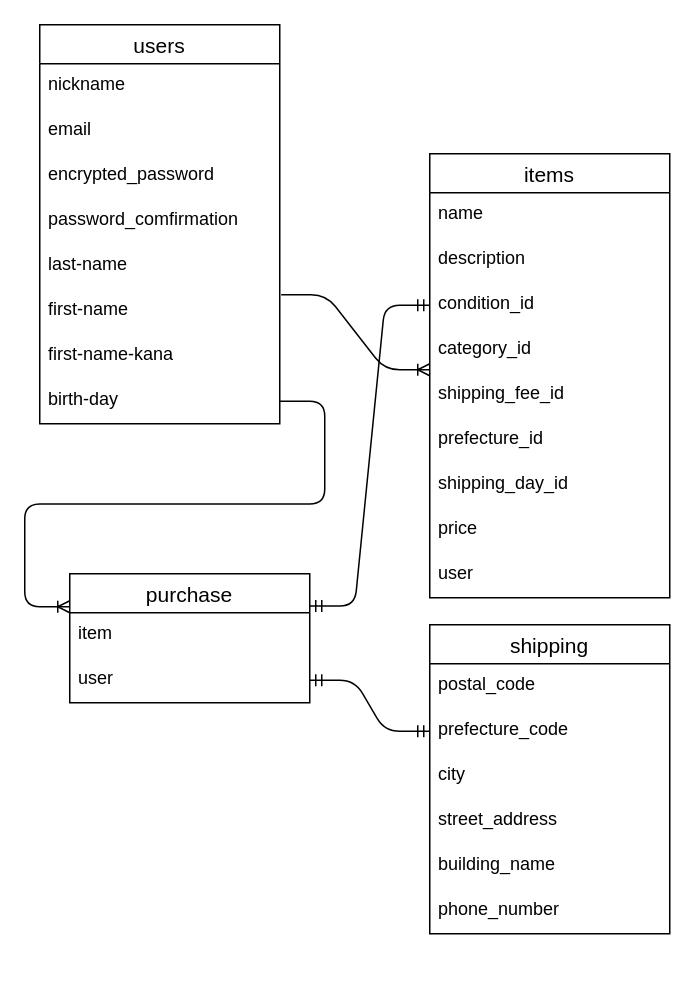
Before: app/views/test.dio in misuzuebihara/furima-41478, a draw.io diagram. Source tidied: cells renumbered, new cells numbered last; positions are measured from the earlier drawing's top-left corner, leaving out a move shared by most shapes. Both pictures are drawn from the tidied source at 150%, with x=0, y=0 at pixel (39, 24).
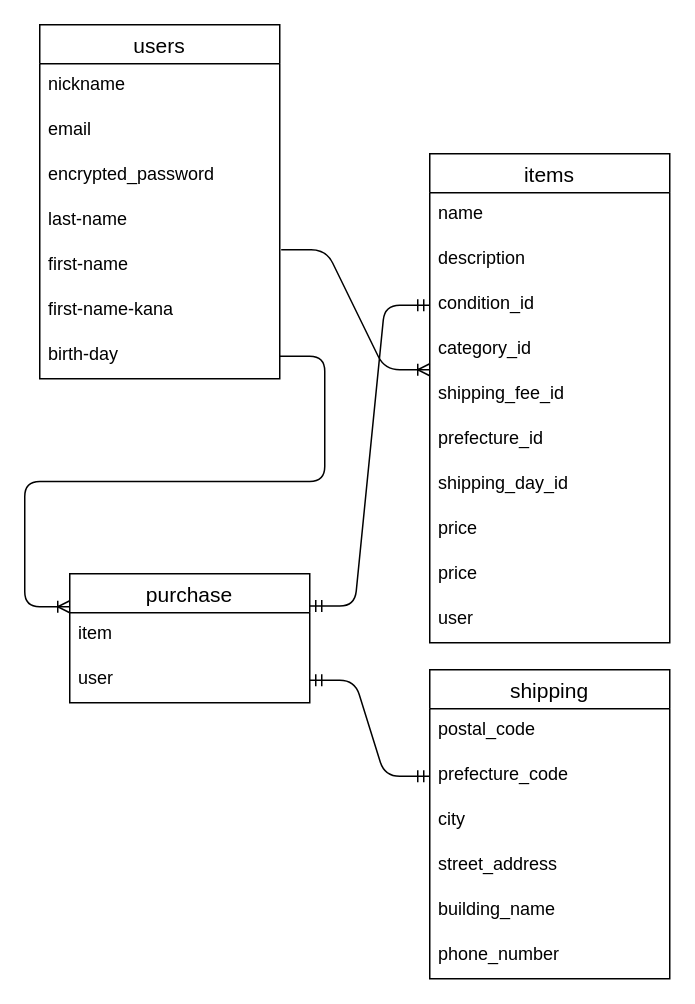
Above is the later version.

Diff of the diagram source:
```diff
@@
     <mxCell id="2" value="users" style="swimlane;fontStyle=0;horizontal=1;startSize=26;align=center;fontSize=14;" parent="1" vertex="1">
-      <mxGeometry width="160" height="266" as="geometry" />
+      <mxGeometry width="160" height="236" as="geometry" />
     </mxCell>
@@
-    <mxCell id="6" value="password_comfirmation" style="text;strokeColor=none;fillColor=none;spacingLeft=4;spacingRight=4;overflow=hidden;fontSize=12;" parent="2" vertex="1">
-      <mxGeometry y="116" width="160" height="30" as="geometry" />
-    </mxCell>
     <mxCell id="7" value="last-name" style="text;strokeColor=none;fillColor=none;spacingLeft=4;spacingRight=4;overflow=hidden;fontSize=12;" parent="2" vertex="1">
-      <mxGeometry y="146" width="160" height="30" as="geometry" />
+      <mxGeometry y="116" width="160" height="30" as="geometry" />
     </mxCell>
     <mxCell id="8" value="first-name" style="text;strokeColor=none;fillColor=none;spacingLeft=4;spacingRight=4;overflow=hidden;points=[[0,0.5],[1,0.5]];portConstraint=eastwest;fontSize=12;" parent="2" vertex="1">
-      <mxGeometry y="176" width="160" height="30" as="geometry" />
+      <mxGeometry y="146" width="160" height="30" as="geometry" />
     </mxCell>
     <mxCell id="9" value="first-name-kana" style="text;strokeColor=none;fillColor=none;spacingLeft=4;spacingRight=4;overflow=hidden;fontSize=12;" parent="2" vertex="1">
-      <mxGeometry y="206" width="160" height="30" as="geometry" />
+      <mxGeometry y="176" width="160" height="30" as="geometry" />
     </mxCell>
     <mxCell id="10" value="birth-day" style="text;strokeColor=none;fillColor=none;spacingLeft=4;spacingRight=4;overflow=hidden;points=[[0,0.5],[1,0.5]];portConstraint=eastwest;fontSize=12;" parent="2" vertex="1">
-      <mxGeometry y="236" width="160" height="30" as="geometry" />
+      <mxGeometry y="206" width="160" height="30" as="geometry" />
     </mxCell>
     <mxCell id="11" value="items" style="swimlane;fontStyle=0;horizontal=1;startSize=26;align=center;fontSize=14;" parent="1" vertex="1">
-      <mxGeometry x="260" y="86" width="160" height="296" as="geometry" />
+      <mxGeometry x="260" y="86" width="160" height="326" as="geometry" />
     </mxCell>
@@
+    <mxCell id="35" value="price" style="text;strokeColor=none;fillColor=none;spacingLeft=4;spacingRight=4;overflow=hidden;fontSize=12;" parent="11" vertex="1">
+      <mxGeometry y="266" width="160" height="30" as="geometry" />
+    </mxCell>
     <mxCell id="20" value="user" style="text;strokeColor=none;fillColor=none;spacingLeft=4;spacingRight=4;overflow=hidden;fontSize=12;" parent="11" vertex="1">
-      <mxGeometry y="266" width="160" height="30" as="geometry" />
+      <mxGeometry y="296" width="160" height="30" as="geometry" />
     </mxCell>
@@
     <mxCell id="24" value="shipping" style="swimlane;fontStyle=0;horizontal=1;startSize=26;align=center;fontSize=14;" parent="1" vertex="1">
-      <mxGeometry x="260" y="400" width="160" height="206" as="geometry" />
+      <mxGeometry x="260" y="430" width="160" height="206" as="geometry" />
     </mxCell>
@@
-    <mxCell id="33" style="edgeStyle=entityRelationEdgeStyle;fontSize=12;html=1;endArrow=ERoneToMany;exitX=1;exitY=0.5;exitDx=0;exitDy=0;" parent="1" edge="1">
+    <mxCell id="33" style="edgeStyle=entityRelationEdgeStyle;fontSize=12;html=1;endArrow=ERoneToMany;exitX=1;exitY=0.5;exitDx=0;exitDy=0;" parent="1" edge="1" source="10">
       <mxGeometry relative="1" as="geometry">
-        <mxPoint x="160" y="251" as="sourcePoint" />
         <mxPoint x="20" y="388" as="targetPoint" />
       </mxGeometry>
     </mxCell>
```
